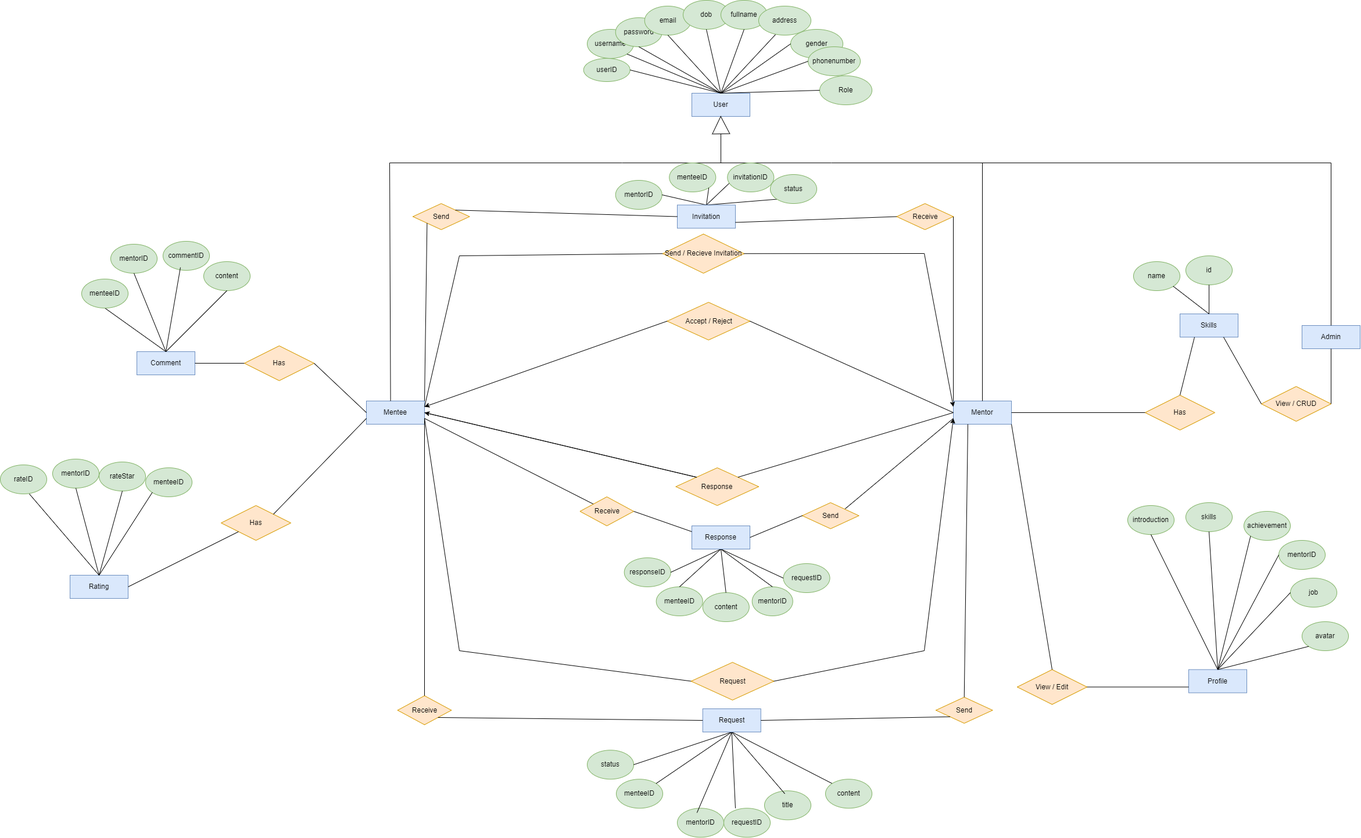
Above: ERD.drawio.png in dungdt23/SWP391_Document (draw.io), before the change. Source tidied: cells renumbered, new cells last; positions are measured from the earlier drawing's top-left corner, leaving out a move shared by most shapes.
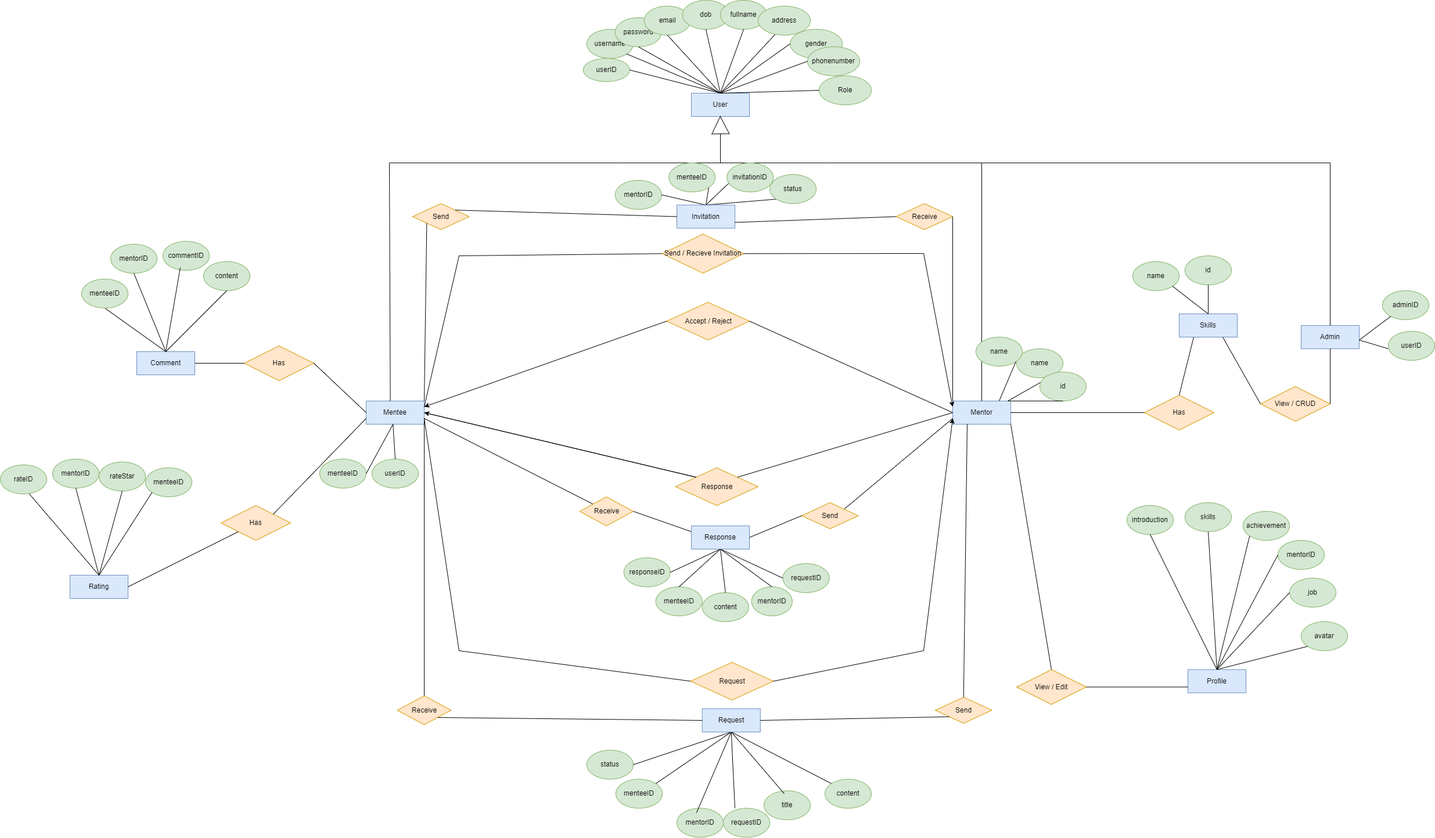
After the change.

What changed in the source:
```diff
@@ -516,5 +516,62 @@
     <mxCell id="151" style="endArrow=none;html=1;rounded=0;exitX=1;exitY=0.5;exitDx=0;exitDy=0;entryX=0.5;entryY=0;entryDx=0;entryDy=0;" parent="1" edge="1" source="150" target="2">
       <mxGeometry relative="1" as="geometry" />
     </mxCell>
+    <mxCell id="152" value="userID" style="ellipse;whiteSpace=wrap;html=1;align=center;fillColor=#d5e8d4;strokeColor=#82b366;" parent="1" vertex="1">
+      <mxGeometry x="2390" y="570" width="80" height="50" as="geometry" />
+    </mxCell>
+    <mxCell id="153" value="adminID" style="ellipse;whiteSpace=wrap;html=1;align=center;fillColor=#d5e8d4;strokeColor=#82b366;" parent="1" vertex="1">
+      <mxGeometry x="2380" y="500" width="80" height="50" as="geometry" />
+    </mxCell>
+    <mxCell id="154" style="endArrow=none;html=1;rounded=0;" parent="1" edge="1">
+      <mxGeometry relative="1" as="geometry">
+        <mxPoint x="2390" y="600" as="sourcePoint" />
+        <mxPoint x="2340" y="585" as="targetPoint" />
+      </mxGeometry>
+    </mxCell>
+    <mxCell id="155" style="endArrow=none;html=1;rounded=0;entryX=1;entryY=0.5;entryDx=0;entryDy=0;" parent="1" edge="1" source="153">
+      <mxGeometry relative="1" as="geometry">
+        <mxPoint x="2340" y="585" as="targetPoint" />
+      </mxGeometry>
+    </mxCell>
+    <mxCell id="156" value="menteeID" style="ellipse;whiteSpace=wrap;html=1;align=center;fillColor=#d5e8d4;strokeColor=#82b366;" parent="1" vertex="1">
+      <mxGeometry x="550" y="790" width="80" height="50" as="geometry" />
+    </mxCell>
+    <mxCell id="157" style="endArrow=none;html=1;rounded=0;exitX=1;exitY=0.5;exitDx=0;exitDy=0;entryX=0.5;entryY=1;entryDx=0;entryDy=0;" parent="1" edge="1" source="156">
+      <mxGeometry relative="1" as="geometry">
+        <mxPoint x="676.2" y="730" as="targetPoint" />
+      </mxGeometry>
+    </mxCell>
+    <mxCell id="158" value="userID" style="ellipse;whiteSpace=wrap;html=1;align=center;fillColor=#d5e8d4;strokeColor=#82b366;" parent="1" vertex="1">
+      <mxGeometry x="640" y="790" width="80" height="50" as="geometry" />
+    </mxCell>
+    <mxCell id="159" style="endArrow=none;html=1;rounded=0;exitX=0.5;exitY=0;exitDx=0;exitDy=0;entryX=0.5;entryY=1;entryDx=0;entryDy=0;" parent="1" edge="1" source="158">
+      <mxGeometry relative="1" as="geometry">
+        <mxPoint x="676.2" y="730" as="targetPoint" />
+      </mxGeometry>
+    </mxCell>
+    <mxCell id="160" value="name" style="ellipse;whiteSpace=wrap;html=1;align=center;fillColor=#d5e8d4;strokeColor=#82b366;" parent="1" vertex="1">
+      <mxGeometry x="1750" y="600" width="80" height="50" as="geometry" />
+    </mxCell>
+    <mxCell id="161" style="endArrow=none;html=1;rounded=0;exitX=1;exitY=1;exitDx=0;exitDy=0;entryX=0.5;entryY=0;entryDx=0;entryDy=0;" parent="1" edge="1" source="160">
+      <mxGeometry relative="1" as="geometry">
+        <mxPoint x="1735" y="690" as="targetPoint" />
+      </mxGeometry>
+    </mxCell>
+    <mxCell id="162" value="id" style="ellipse;whiteSpace=wrap;html=1;align=center;fillColor=#d5e8d4;strokeColor=#82b366;" parent="1" vertex="1">
+      <mxGeometry x="1790" y="640" width="80" height="50" as="geometry" />
+    </mxCell>
+    <mxCell id="163" style="endArrow=none;html=1;rounded=0;exitX=0.5;exitY=1;exitDx=0;exitDy=0;entryX=0.5;entryY=0;entryDx=0;entryDy=0;" parent="1" edge="1" source="162">
+      <mxGeometry relative="1" as="geometry">
+        <mxPoint x="1735" y="690" as="targetPoint" />
+      </mxGeometry>
+    </mxCell>
+    <mxCell id="164" value="name" style="ellipse;whiteSpace=wrap;html=1;align=center;fillColor=#d5e8d4;strokeColor=#82b366;" parent="1" vertex="1">
+      <mxGeometry x="1680" y="580" width="80" height="50" as="geometry" />
+    </mxCell>
+    <mxCell id="165" style="endArrow=none;html=1;rounded=0;exitX=1;exitY=1;exitDx=0;exitDy=0;entryX=0.5;entryY=0;entryDx=0;entryDy=0;" parent="1" edge="1" source="164">
+      <mxGeometry relative="1" as="geometry">
+        <mxPoint x="1720" y="690" as="targetPoint" />
+      </mxGeometry>
+    </mxCell>
   </root>
 </mxGraphModel>
```
